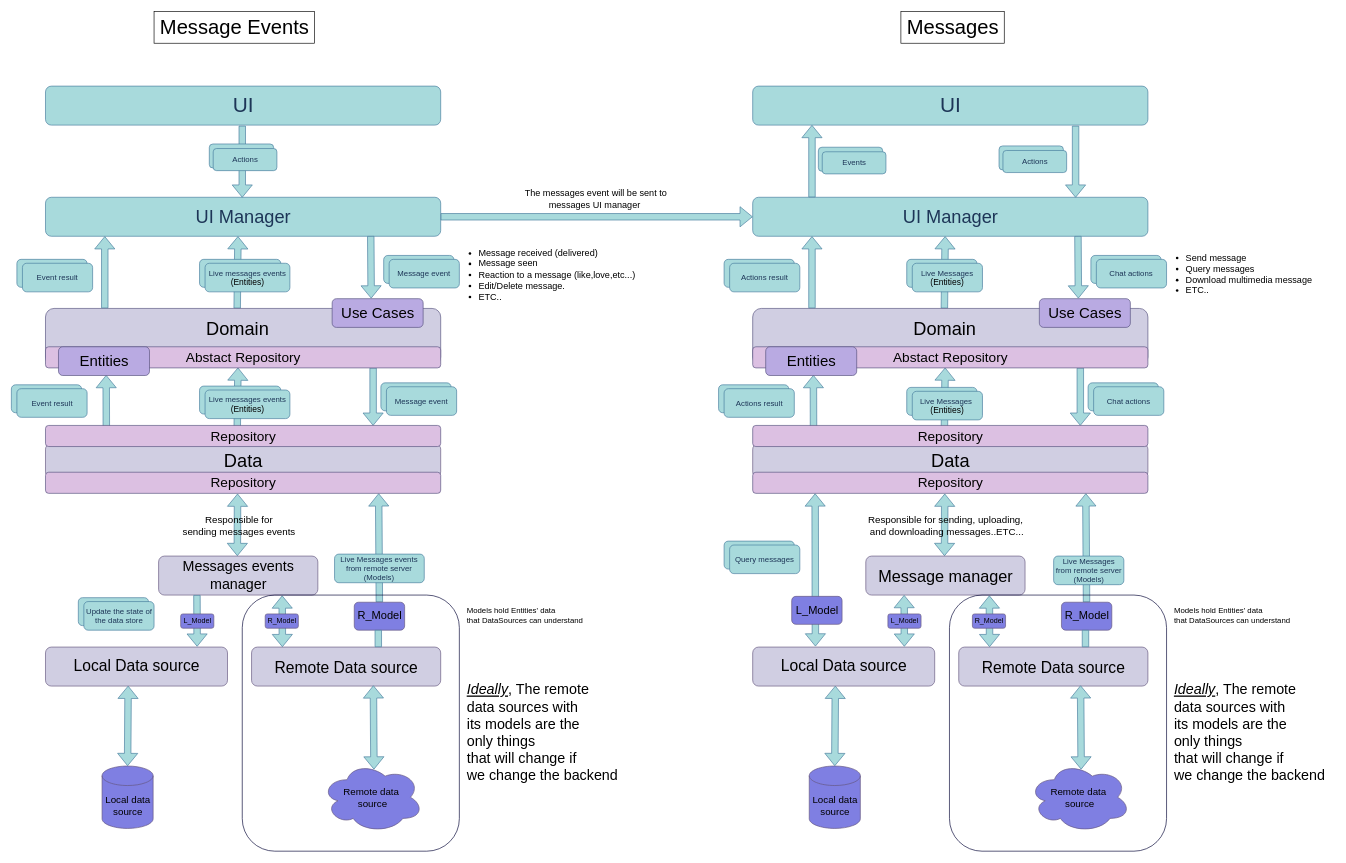
Before: page "open-chat-architecture-for-mobile-applications" (3 of 3) of open-chat-architecture-for-mobile-applications.drawio in mobile-open-chat/open-chat-architecture, a draw.io diagram. Source tidied: cells renumbered, new cells numbered last; positions are measured from the earlier drawing's top-left corner, leaving out a move shared by most shapes. Both pictures are drawn from the tidied source at 65%, with x=0, y=0 at pixel (11, 11).
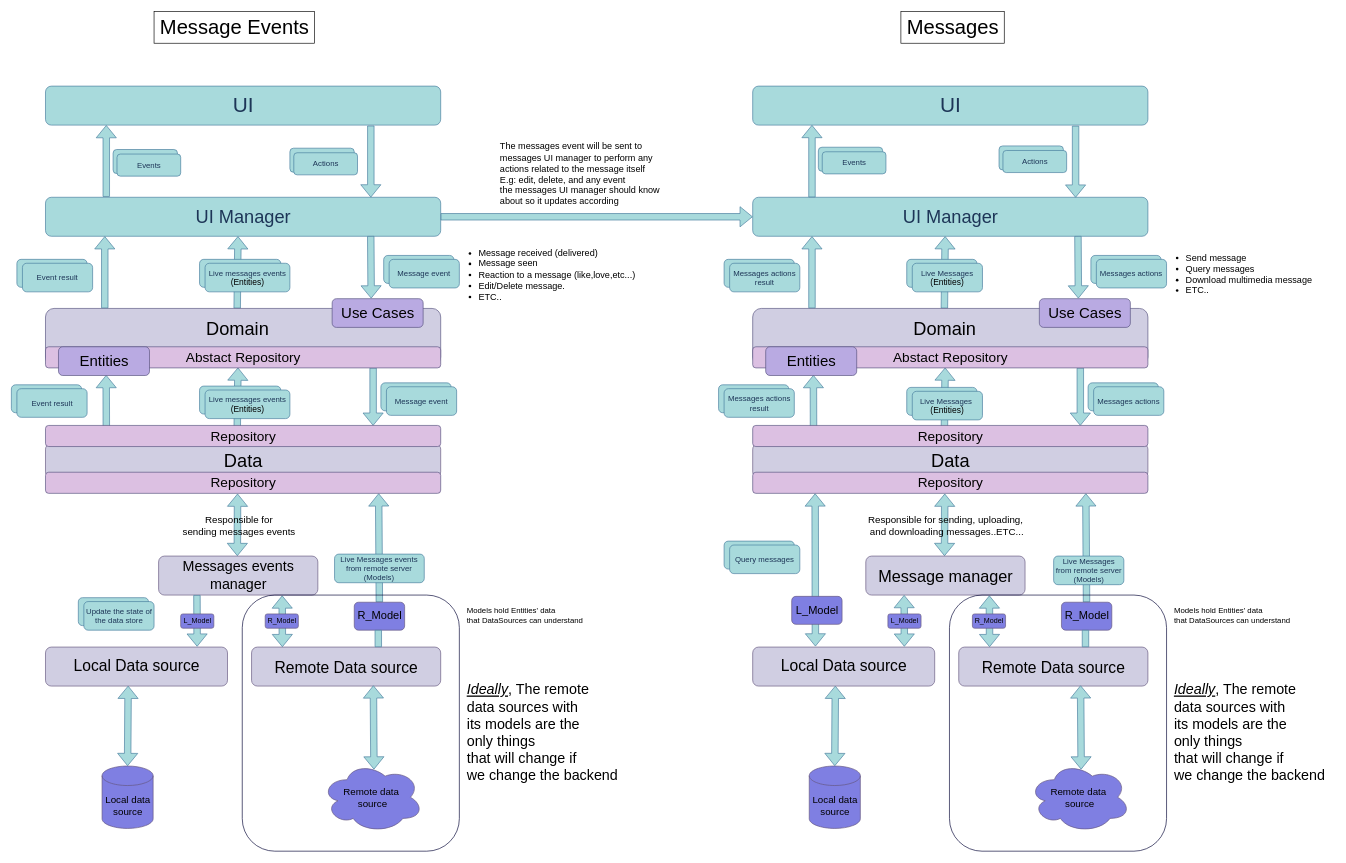
The same diagram, later.

Commit message (it also covers changes not shown here):
update the link between messages ui manager and messages event ui manager

Change to the diagram source:
```diff
@@
-    <mxCell id="15" value="Chat actions" style="rounded=1;whiteSpace=wrap;html=1;fontColor=#1D3557;strokeColor=#457B9D;fillColor=#A8DADC;" parent="1" vertex="1">
+    <mxCell id="15" value="Messages actions" style="rounded=1;whiteSpace=wrap;html=1;fontColor=#1D3557;strokeColor=#457B9D;fillColor=#A8DADC;" parent="1" vertex="1">
       <mxGeometry x="1669.2" y="381.5" width="108" height="44" as="geometry" />
     </mxCell>
@@
-    <mxCell id="17" value="Actions result" style="rounded=1;whiteSpace=wrap;html=1;fontColor=#1D3557;strokeColor=#457B9D;fillColor=#A8DADC;" parent="1" vertex="1">
+    <mxCell id="17" value="Messages actions result" style="rounded=1;whiteSpace=wrap;html=1;fontColor=#1D3557;strokeColor=#457B9D;fillColor=#A8DADC;" parent="1" vertex="1">
       <mxGeometry x="1105" y="387.5" width="108" height="44" as="geometry" />
     </mxCell>
@@
-    <mxCell id="22" value="Chat actions" style="rounded=1;whiteSpace=wrap;html=1;fontColor=#1D3557;strokeColor=#457B9D;fillColor=#A8DADC;" parent="1" vertex="1">
+    <mxCell id="22" value="Messages actions" style="rounded=1;whiteSpace=wrap;html=1;fontColor=#1D3557;strokeColor=#457B9D;fillColor=#A8DADC;" parent="1" vertex="1">
       <mxGeometry x="1665" y="577.5" width="108" height="44" as="geometry" />
     </mxCell>
@@
-    <mxCell id="25" value="Actions result" style="rounded=1;whiteSpace=wrap;html=1;fontColor=#1D3557;strokeColor=#457B9D;fillColor=#A8DADC;" parent="1" vertex="1">
+    <mxCell id="25" value="Messages actions result" style="rounded=1;whiteSpace=wrap;html=1;fontColor=#1D3557;strokeColor=#457B9D;fillColor=#A8DADC;" parent="1" vertex="1">
       <mxGeometry x="1096.5" y="580.5" width="108" height="44" as="geometry" />
     </mxCell>
@@
     <mxCell id="65" style="shape=flexArrow;endArrow=classic;html=1;rounded=0;fontSize=32;fontColor=#1D3557;strokeColor=#457B9D;fillColor=#A8DADC;exitX=0.817;exitY=1.017;exitDx=0;exitDy=0;exitPerimeter=0;verticalAlign=middle;entryX=0.817;entryY=0.008;entryDx=0;entryDy=0;entryPerimeter=0;" parent="1" edge="1">
       <mxGeometry relative="1" as="geometry">
-        <mxPoint x="355.2" y="176" as="sourcePoint" />
-        <mxPoint x="355.2" y="286.5" as="targetPoint" />
+        <mxPoint x="553" y="175.8" as="sourcePoint" />
+        <mxPoint x="553" y="286.2" as="targetPoint" />
       </mxGeometry>
     </mxCell>
     <mxCell id="66" style="rounded=1;whiteSpace=wrap;html=1;fontColor=#1D3557;strokeColor=#457B9D;fillColor=#A8DADC;" parent="1" vertex="1">
-      <mxGeometry x="304.5" y="204" width="99" height="37" as="geometry" />
+      <mxGeometry x="428.5" y="210.5" width="99" height="37" as="geometry" />
     </mxCell>
     <mxCell id="67" value="Actions" style="rounded=1;whiteSpace=wrap;html=1;fontColor=#1D3557;strokeColor=#457B9D;fillColor=#A8DADC;" parent="1" vertex="1">
-      <mxGeometry x="310.5" y="211" width="98" height="34" as="geometry" />
+      <mxGeometry x="434.5" y="217.5" width="98" height="34" as="geometry" />
     </mxCell>
@@
-    <mxCell id="119" value="&lt;span style=&quot;font-size: 14px; text-align: left;&quot;&gt;The messages event will be sent to&lt;/span&gt;&lt;br style=&quot;font-size: 14px; text-align: left;&quot;&gt;&lt;span style=&quot;font-size: 14px; text-align: left;&quot;&gt;messages UI manager&amp;nbsp;&lt;/span&gt;&lt;span style=&quot;font-size: 15px;&quot;&gt;&lt;br&gt;&lt;/span&gt;" style="text;html=1;align=center;verticalAlign=middle;strokeColor=none;fillColor=none;fontSize=13;fontColor=#000000;" parent="1" vertex="1">
-      <mxGeometry x="780" y="265" width="237" height="47" as="geometry" />
+    <mxCell id="119" value="&lt;div&gt;&lt;span style=&quot;font-size: 14px;&quot;&gt;The messages event will be sent to&lt;/span&gt;&lt;/div&gt;&lt;div&gt;&lt;span style=&quot;font-size: 14px;&quot;&gt;messages UI manager to perform any&amp;nbsp;&lt;/span&gt;&lt;/div&gt;&lt;div&gt;&lt;span style=&quot;font-size: 14px;&quot;&gt;actions related to the message itself&lt;/span&gt;&lt;/div&gt;&lt;div&gt;&lt;span style=&quot;font-size: 14px;&quot;&gt;E.g: edit, delete, and any event&lt;/span&gt;&lt;/div&gt;&lt;div&gt;&lt;span style=&quot;font-size: 14px;&quot;&gt;the messages UI manager should know&lt;/span&gt;&lt;/div&gt;&lt;div&gt;&lt;span style=&quot;font-size: 14px;&quot;&gt;about so it updates according&lt;/span&gt;&lt;/div&gt;" style="text;html=1;align=left;verticalAlign=middle;strokeColor=none;fillColor=none;fontSize=13;fontColor=#000000;fillStyle=solid;" parent="1" vertex="1">
+      <mxGeometry x="750" y="193" width="264" height="113" as="geometry" />
     </mxCell>
@@
+    <mxCell id="122" style="rounded=1;whiteSpace=wrap;html=1;fontColor=#1D3557;strokeColor=#457B9D;fillColor=#A8DADC;" parent="1" vertex="1">
+      <mxGeometry x="156.5" y="212.5" width="99" height="37" as="geometry" />
+    </mxCell>
+    <mxCell id="123" value="Events" style="rounded=1;whiteSpace=wrap;html=1;fontColor=#1D3557;strokeColor=#457B9D;fillColor=#A8DADC;" parent="1" vertex="1">
+      <mxGeometry x="162.5" y="219.5" width="98" height="34" as="geometry" />
+    </mxCell>
+    <mxCell id="124" style="shape=flexArrow;endArrow=none;html=1;rounded=0;fontSize=32;fontColor=#1D3557;strokeColor=#457B9D;fillColor=#A8DADC;exitX=0.147;exitY=0.994;exitDx=0;exitDy=0;exitPerimeter=0;verticalAlign=middle;entryX=0.147;entryY=-0.001;entryDx=0;entryDy=0;entryPerimeter=0;startArrow=block;endFill=0;" parent="1" edge="1">
+      <mxGeometry relative="1" as="geometry">
+        <mxPoint x="146" y="175" as="sourcePoint" />
+        <mxPoint x="146" y="285.3" as="targetPoint" />
+      </mxGeometry>
+    </mxCell>
```
